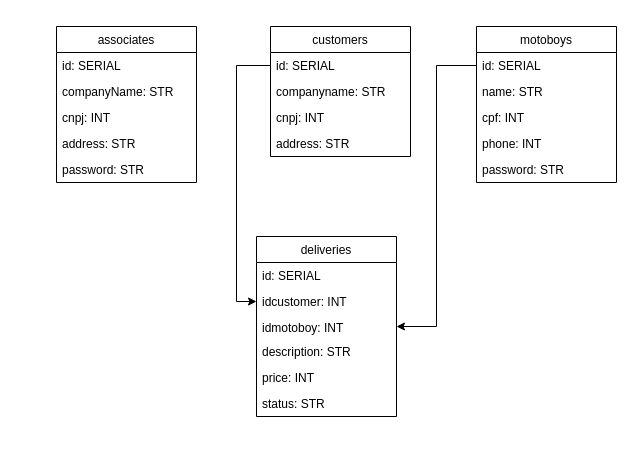
rogeriobayer/Topicos-Delivery keeps this draw.io diagram as Diagrama_Classes.drawio. Above is the earlier version. Source tidied: cells renumbered, new cells numbered last; positions are measured from the earlier drawing's top-left corner, leaving out a move shared by most shapes. Both pictures are drawn from the tidied source at 100%, with x=0, y=0 at pixel (56, 26).
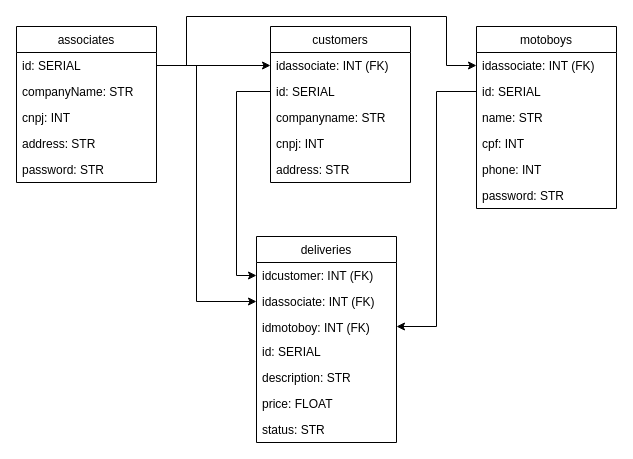
After the change.

Unchanged cells that the change refers to:
```xml
<mxCell id="3" value="id: SERIAL" style="text;strokeColor=none;fillColor=none;align=left;verticalAlign=top;spacingLeft=4;spacingRight=4;overflow=hidden;points=[[0,0.5],[1,0.5]];portConstraint=eastwest;" parent="2" vertex="1">
  <mxGeometry y="26" width="140" height="26" as="geometry" />
</mxCell>
```

The edit, as a diff of the source:
```diff
@@
     <mxCell id="2" value="associates" style="swimlane;fontStyle=0;horizontal=1;startSize=26;fillColor=none;" parent="1" vertex="1">
-      <mxGeometry width="140" height="156" as="geometry" />
+      <mxGeometry x="-40" width="140" height="156" as="geometry" />
     </mxCell>
@@
     <mxCell id="8" value="customers" style="swimlane;fontStyle=0;horizontal=1;startSize=26;fillColor=none;" parent="1" vertex="1">
-      <mxGeometry x="214" width="140" height="130" as="geometry" />
+      <mxGeometry x="214" width="140" height="156" as="geometry" />
     </mxCell>
+    <mxCell id="28" value="idassociate: INT (FK)" style="text;strokeColor=none;fillColor=none;align=left;verticalAlign=top;spacingLeft=4;spacingRight=4;overflow=hidden;points=[[0,0.5],[1,0.5]];portConstraint=eastwest;" parent="8" vertex="1">
+      <mxGeometry y="26" width="140" height="26" as="geometry" />
+    </mxCell>
     <mxCell id="9" value="id: SERIAL" style="text;strokeColor=none;fillColor=none;align=left;verticalAlign=top;spacingLeft=4;spacingRight=4;overflow=hidden;points=[[0,0.5],[1,0.5]];portConstraint=eastwest;" parent="8" vertex="1">
-      <mxGeometry y="26" width="140" height="26" as="geometry" />
+      <mxGeometry y="52" width="140" height="26" as="geometry" />
     </mxCell>
     <mxCell id="10" value="companyname: STR" style="text;strokeColor=none;fillColor=none;align=left;verticalAlign=top;spacingLeft=4;spacingRight=4;overflow=hidden;" parent="8" vertex="1">
-      <mxGeometry y="52" width="140" height="26" as="geometry" />
+      <mxGeometry y="78" width="140" height="26" as="geometry" />
     </mxCell>
     <mxCell id="11" value="cnpj: INT" style="text;strokeColor=none;fillColor=none;align=left;verticalAlign=top;spacingLeft=4;spacingRight=4;overflow=hidden;" parent="8" vertex="1">
-      <mxGeometry y="78" width="140" height="26" as="geometry" />
+      <mxGeometry y="104" width="140" height="26" as="geometry" />
     </mxCell>
     <mxCell id="12" value="address: STR" style="text;strokeColor=none;fillColor=none;align=left;verticalAlign=top;spacingLeft=4;spacingRight=4;overflow=hidden;" parent="8" vertex="1">
-      <mxGeometry y="104" width="140" height="26" as="geometry" />
+      <mxGeometry y="130" width="140" height="26" as="geometry" />
     </mxCell>
     <mxCell id="13" value="motoboys" style="swimlane;fontStyle=0;horizontal=1;startSize=26;fillColor=none;" parent="1" vertex="1">
-      <mxGeometry x="420" width="140" height="156" as="geometry" />
+      <mxGeometry x="420" width="140" height="182" as="geometry" />
     </mxCell>
+    <mxCell id="29" value="idassociate: INT (FK)" style="text;strokeColor=none;fillColor=none;align=left;verticalAlign=top;spacingLeft=4;spacingRight=4;overflow=hidden;points=[[0,0.5],[1,0.5]];portConstraint=eastwest;" parent="13" vertex="1">
+      <mxGeometry y="26" width="140" height="26" as="geometry" />
+    </mxCell>
     <mxCell id="14" value="id: SERIAL" style="text;strokeColor=none;fillColor=none;align=left;verticalAlign=top;spacingLeft=4;spacingRight=4;overflow=hidden;points=[[0,0.5],[1,0.5]];portConstraint=eastwest;" parent="13" vertex="1">
-      <mxGeometry y="26" width="140" height="26" as="geometry" />
+      <mxGeometry y="52" width="140" height="26" as="geometry" />
     </mxCell>
     <mxCell id="15" value="name: STR" style="text;strokeColor=none;fillColor=none;align=left;verticalAlign=top;spacingLeft=4;spacingRight=4;overflow=hidden;" parent="13" vertex="1">
-      <mxGeometry y="52" width="140" height="26" as="geometry" />
+      <mxGeometry y="78" width="140" height="26" as="geometry" />
     </mxCell>
     <mxCell id="16" value="cpf: INT" style="text;strokeColor=none;fillColor=none;align=left;verticalAlign=top;spacingLeft=4;spacingRight=4;overflow=hidden;" parent="13" vertex="1">
-      <mxGeometry y="78" width="140" height="26" as="geometry" />
+      <mxGeometry y="104" width="140" height="26" as="geometry" />
     </mxCell>
     <mxCell id="17" value="phone: INT" style="text;strokeColor=none;fillColor=none;align=left;verticalAlign=top;spacingLeft=4;spacingRight=4;overflow=hidden;" parent="13" vertex="1">
-      <mxGeometry y="104" width="140" height="26" as="geometry" />
+      <mxGeometry y="130" width="140" height="26" as="geometry" />
     </mxCell>
     <mxCell id="18" value="password: STR" style="text;strokeColor=none;fillColor=none;align=left;verticalAlign=top;spacingLeft=4;spacingRight=4;overflow=hidden;" parent="13" vertex="1">
-      <mxGeometry y="130" width="140" height="26" as="geometry" />
+      <mxGeometry y="156" width="140" height="26" as="geometry" />
     </mxCell>
     <mxCell id="19" value="deliveries" style="swimlane;fontStyle=0;horizontal=1;startSize=26;fillColor=none;" parent="1" vertex="1">
-      <mxGeometry x="200" y="210" width="140" height="180" as="geometry" />
+      <mxGeometry x="200" y="210" width="140" height="206" as="geometry" />
     </mxCell>
+    <mxCell id="21" value="idcustomer: INT (FK)" style="text;strokeColor=none;fillColor=none;align=left;verticalAlign=top;spacingLeft=4;spacingRight=4;overflow=hidden;points=[[0,0.5],[1,0.5]];portConstraint=eastwest;" parent="19" vertex="1">
+      <mxGeometry y="26" width="140" height="26" as="geometry" />
+    </mxCell>
-    <mxCell id="20" value="id: SERIAL" style="text;strokeColor=none;fillColor=none;align=left;verticalAlign=top;spacingLeft=4;spacingRight=4;overflow=hidden;points=[[0,0.5],[1,0.5]];portConstraint=eastwest;" parent="19" vertex="1">
-      <mxGeometry y="26" width="140" height="26" as="geometry" />
+    <mxCell id="20" value="idassociate: INT (FK)" style="text;strokeColor=none;fillColor=none;align=left;verticalAlign=top;spacingLeft=4;spacingRight=4;overflow=hidden;points=[[0,0.5],[1,0.5]];portConstraint=eastwest;" parent="19" vertex="1">
+      <mxGeometry y="52" width="140" height="26" as="geometry" />
     </mxCell>
-    <mxCell id="21" value="idcustomer: INT" style="text;strokeColor=none;fillColor=none;align=left;verticalAlign=top;spacingLeft=4;spacingRight=4;overflow=hidden;points=[[0,0.5],[1,0.5]];portConstraint=eastwest;" parent="19" vertex="1">
-      <mxGeometry y="52" width="140" height="26" as="geometry" />
-    </mxCell>
-    <mxCell id="22" value="idmotoboy: INT" style="text;strokeColor=none;fillColor=none;align=left;verticalAlign=top;spacingLeft=4;spacingRight=4;overflow=hidden;points=[[0,0.5],[1,0.5]];portConstraint=eastwest;" parent="19" vertex="1">
+    <mxCell id="22" value="idmotoboy: INT (FK)" style="text;strokeColor=none;fillColor=none;align=left;verticalAlign=top;spacingLeft=4;spacingRight=4;overflow=hidden;points=[[0,0.5],[1,0.5]];portConstraint=eastwest;" parent="19" vertex="1">
       <mxGeometry y="78" width="140" height="24" as="geometry" />
     </mxCell>
+    <mxCell id="30" value="id: SERIAL" style="text;strokeColor=none;fillColor=none;align=left;verticalAlign=top;spacingLeft=4;spacingRight=4;overflow=hidden;" parent="19" vertex="1">
+      <mxGeometry y="102" width="140" height="26" as="geometry" />
+    </mxCell>
     <mxCell id="23" value="description: STR" style="text;strokeColor=none;fillColor=none;align=left;verticalAlign=top;spacingLeft=4;spacingRight=4;overflow=hidden;" parent="19" vertex="1">
-      <mxGeometry y="102" width="140" height="26" as="geometry" />
+      <mxGeometry y="128" width="140" height="26" as="geometry" />
     </mxCell>
-    <mxCell id="24" value="price: INT" style="text;strokeColor=none;fillColor=none;align=left;verticalAlign=top;spacingLeft=4;spacingRight=4;overflow=hidden;" parent="19" vertex="1">
-      <mxGeometry y="128" width="140" height="26" as="geometry" />
+    <mxCell id="24" value="price: FLOAT" style="text;strokeColor=none;fillColor=none;align=left;verticalAlign=top;spacingLeft=4;spacingRight=4;overflow=hidden;" parent="19" vertex="1">
+      <mxGeometry y="154" width="140" height="26" as="geometry" />
     </mxCell>
     <mxCell id="25" value="status: STR" style="text;strokeColor=none;fillColor=none;align=left;verticalAlign=top;spacingLeft=4;spacingRight=4;overflow=hidden;" parent="19" vertex="1">
-      <mxGeometry y="154" width="140" height="26" as="geometry" />
+      <mxGeometry y="180" width="140" height="26" as="geometry" />
     </mxCell>
@@
+    <mxCell id="31" style="edgeStyle=orthogonalEdgeStyle;rounded=0;jettySize=auto;html=1;entryX=0;entryY=0.5;entryDx=0;entryDy=0;" parent="1" edge="1" source="3" target="28">
+      <mxGeometry relative="1" as="geometry" />
+    </mxCell>
+    <mxCell id="32" style="edgeStyle=orthogonalEdgeStyle;rounded=0;jettySize=auto;html=1;entryX=0;entryY=0.5;entryDx=0;entryDy=0;" parent="1" edge="1" source="3" target="29">
+      <mxGeometry relative="1" as="geometry">
+        <Array as="points">
+          <mxPoint x="130" y="39" />
+          <mxPoint x="130" y="-10" />
+          <mxPoint x="390" y="-10" />
+          <mxPoint x="390" y="39" />
+        </Array>
+      </mxGeometry>
+    </mxCell>
+    <mxCell id="33" style="edgeStyle=orthogonalEdgeStyle;rounded=0;jettySize=auto;html=1;entryX=0;entryY=0.5;entryDx=0;entryDy=0;" parent="1" edge="1" source="3" target="20">
+      <mxGeometry relative="1" as="geometry">
+        <Array as="points">
+          <mxPoint x="140" y="39" />
+          <mxPoint x="140" y="275" />
+        </Array>
+      </mxGeometry>
+    </mxCell>
```
